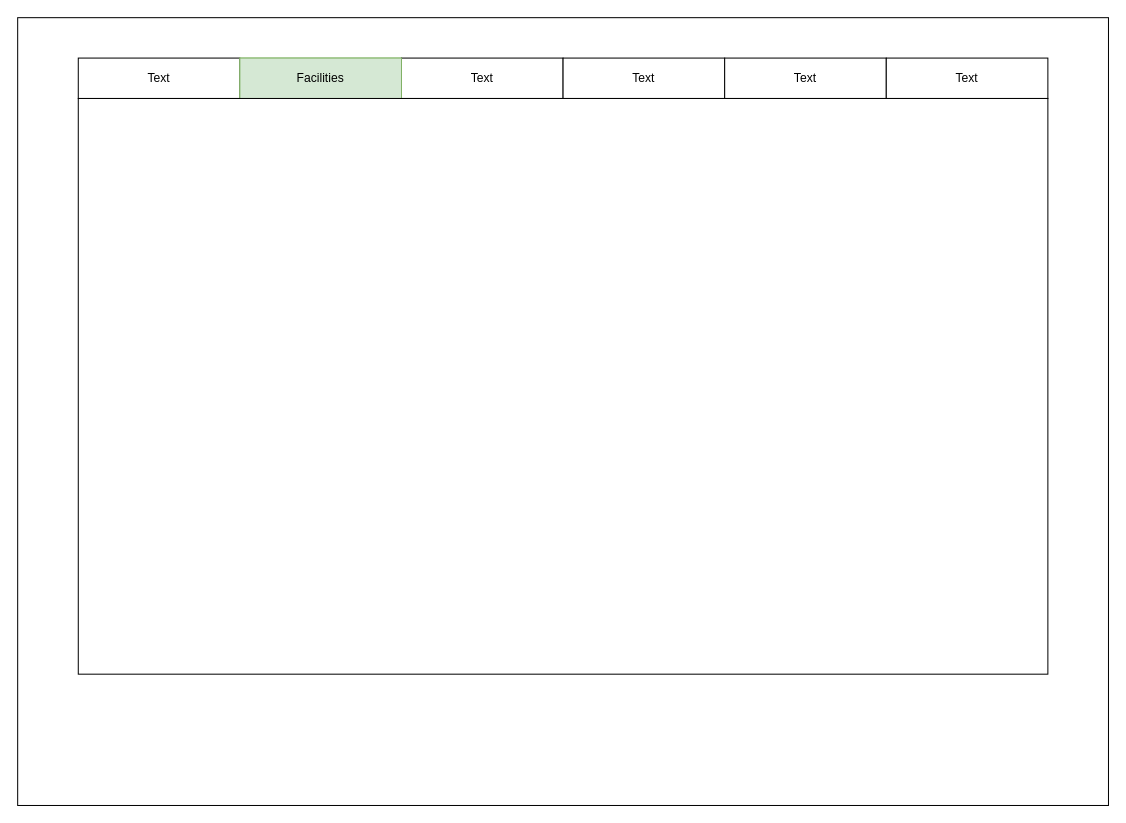
The draw.io diagram diagrams/FacilitiesPage.drawio in empty-works/plain-emrs-no-fw, before the edit. Source tidied: cells renumbered, new cells numbered last; positions are measured from the earlier drawing's top-left corner, leaving out a move shared by most shapes. Both pictures are drawn from the tidied source at 101%, with x=0, y=0 at pixel (17, 17).
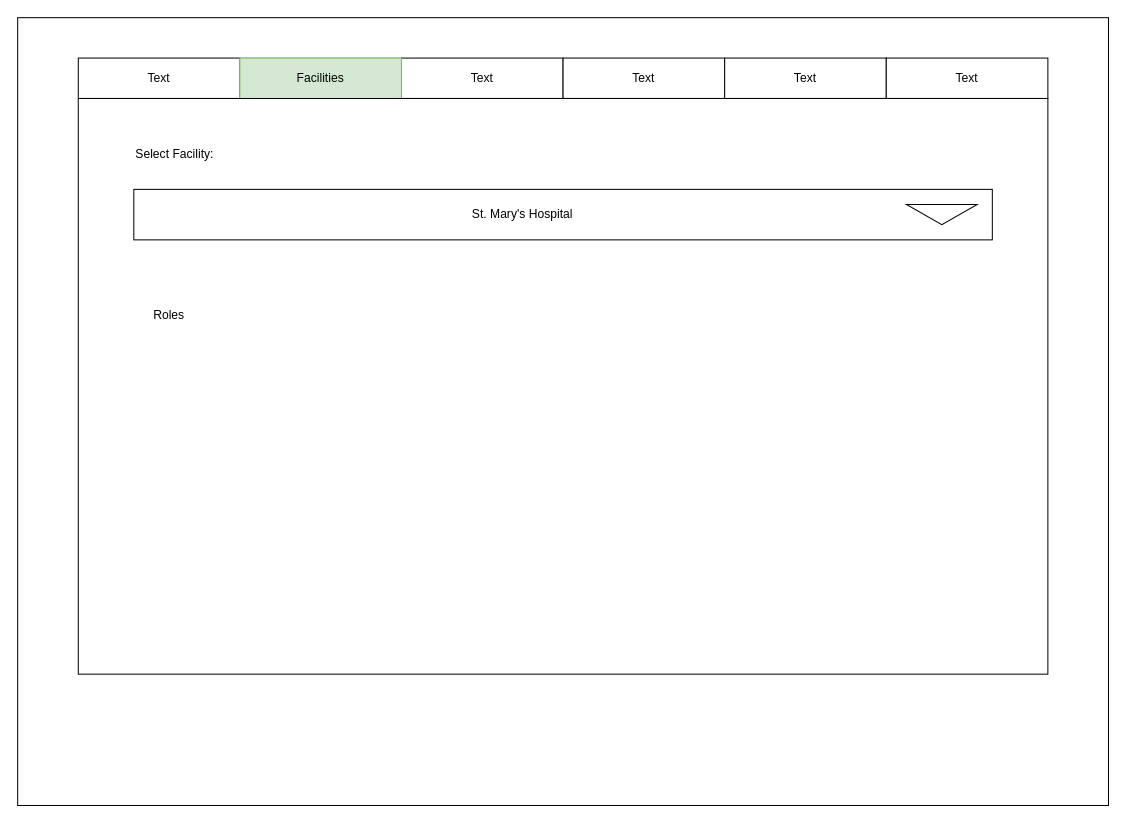
Above is the later version.

Commit message:
FacilitiesPage design now shows facility selection drop-down and a roles link within the page.

The edit, as a diff of the source:
```diff
@@
+    <mxCell id="16" style="rounded=0;whiteSpace=wrap;html=1;" parent="1" vertex="1">
+      <mxGeometry x="115" y="170" width="850" height="50" as="geometry" />
+    </mxCell>
+    <mxCell id="17" value="Select Facility:" style="text;html=1;strokeColor=none;fillColor=none;align=left;verticalAlign=middle;whiteSpace=wrap;rounded=0;" parent="1" vertex="1">
+      <mxGeometry x="115" y="120" width="450" height="30" as="geometry" />
+    </mxCell>
+    <mxCell id="18" style="html=1;shadow=0;dashed=0;align=center;verticalAlign=middle;shape=mxgraph.arrows2.arrow;dy=0.6;dx=40;direction=south;notch=0;" parent="1" vertex="1">
+      <mxGeometry x="880" y="185" width="70" height="20" as="geometry" />
+    </mxCell>
+    <mxCell id="19" value="St. Mary's Hospital" style="text;html=1;strokeColor=none;fillColor=none;align=center;verticalAlign=middle;whiteSpace=wrap;rounded=0;" parent="1" vertex="1">
+      <mxGeometry x="130" y="180" width="740" height="30" as="geometry" />
+    </mxCell>
+    <mxCell id="20" value="Roles" style="text;html=1;strokeColor=none;fillColor=none;align=center;verticalAlign=middle;whiteSpace=wrap;rounded=0;" parent="1" vertex="1">
+      <mxGeometry x="120" y="280" width="60" height="30" as="geometry" />
+    </mxCell>
```
